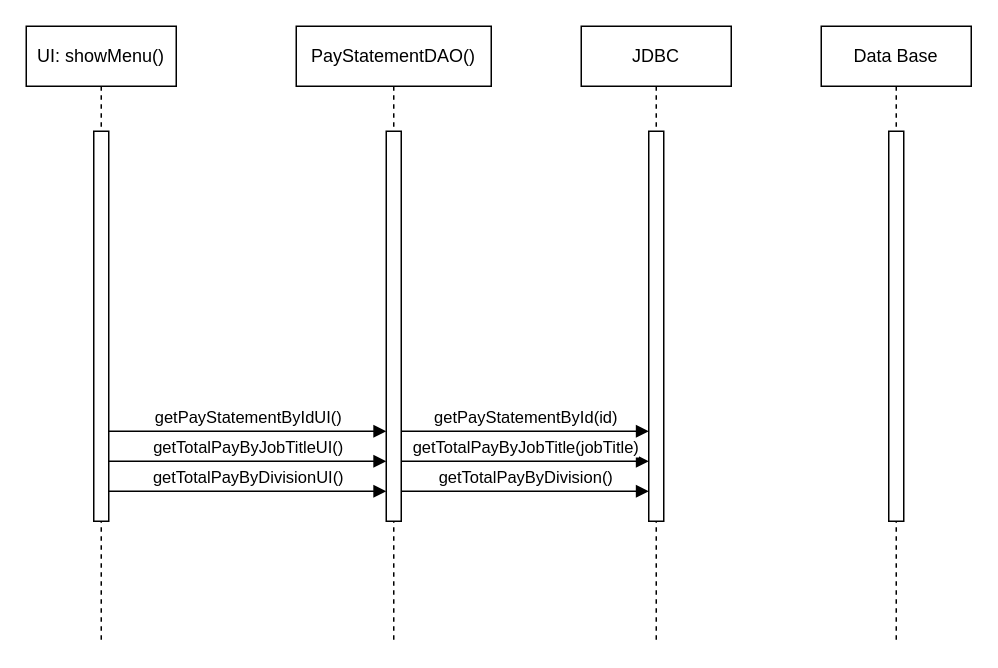
linnypham/CSC3350_project keeps this draw.io diagram as Diagram/SequenceDiagram2.drawio. Above is the earlier version. Source tidied: cells renumbered, new cells numbered last; positions are measured from the earlier drawing's top-left corner, leaving out a move shared by most shapes. Both pictures are drawn from the tidied source at 150%, with x=0, y=0 at pixel (26, 26).
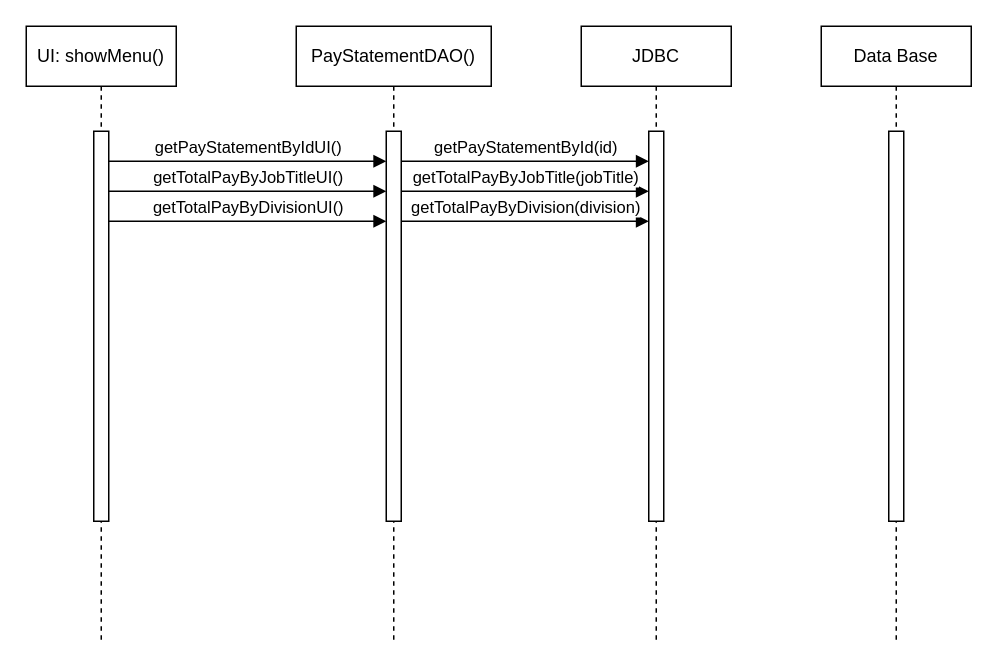
The same page after the edit.

The edit, as a diff of the source:
```diff
@@
     <mxCell id="8" value="getPayStatementByIdUI()" style="html=1;verticalAlign=bottom;endArrow=block;edgeStyle=elbowEdgeStyle;elbow=vertical;curved=0;rounded=0;" parent="1" edge="1">
       <mxGeometry relative="1" as="geometry">
-        <mxPoint x="55" y="270" as="sourcePoint" />
-        <mxPoint x="240" y="270" as="targetPoint" />
+        <mxPoint x="55" y="90" as="sourcePoint" />
+        <mxPoint x="240" y="90" as="targetPoint" />
         <Array as="points">
-          <mxPoint x="180" y="270" />
+          <mxPoint x="180" y="90" />
         </Array>
       </mxGeometry>
     </mxCell>
     <mxCell id="9" value="getTotalPayByJobTitleUI()" style="html=1;verticalAlign=bottom;endArrow=block;edgeStyle=elbowEdgeStyle;elbow=vertical;curved=0;rounded=0;" parent="1" edge="1">
       <mxGeometry relative="1" as="geometry">
-        <mxPoint x="55" y="290" as="sourcePoint" />
-        <mxPoint x="240" y="290" as="targetPoint" />
+        <mxPoint x="55" y="110" as="sourcePoint" />
+        <mxPoint x="240" y="110" as="targetPoint" />
         <Array as="points">
-          <mxPoint x="185" y="290" />
+          <mxPoint x="185" y="110" />
         </Array>
       </mxGeometry>
     </mxCell>
     <mxCell id="10" value="getTotalPayByDivisionUI()" style="html=1;verticalAlign=bottom;endArrow=block;edgeStyle=elbowEdgeStyle;elbow=vertical;curved=0;rounded=0;" parent="1" edge="1">
       <mxGeometry relative="1" as="geometry">
-        <mxPoint x="55" y="310" as="sourcePoint" />
-        <mxPoint x="240" y="310" as="targetPoint" />
+        <mxPoint x="55" y="130" as="sourcePoint" />
+        <mxPoint x="240" y="130" as="targetPoint" />
         <Array as="points">
-          <mxPoint x="180" y="310" />
+          <mxPoint x="180" y="130" />
         </Array>
       </mxGeometry>
     </mxCell>
     <mxCell id="11" value="getPayStatementById(id)" style="html=1;verticalAlign=bottom;endArrow=block;edgeStyle=elbowEdgeStyle;elbow=vertical;curved=0;rounded=0;" parent="1" edge="1">
       <mxGeometry relative="1" as="geometry">
-        <mxPoint x="250" y="270" as="sourcePoint" />
-        <mxPoint x="415" y="270" as="targetPoint" />
+        <mxPoint x="250" y="90" as="sourcePoint" />
+        <mxPoint x="415" y="90" as="targetPoint" />
         <Array as="points">
-          <mxPoint x="325" y="270" />
+          <mxPoint x="325" y="90" />
         </Array>
       </mxGeometry>
     </mxCell>
     <mxCell id="12" value="getTotalPayByJobTitle(jobTitle)" style="html=1;verticalAlign=bottom;endArrow=block;edgeStyle=elbowEdgeStyle;elbow=vertical;curved=0;rounded=0;" parent="1" edge="1">
       <mxGeometry relative="1" as="geometry">
-        <mxPoint x="250" y="290" as="sourcePoint" />
-        <mxPoint x="415" y="290" as="targetPoint" />
+        <mxPoint x="250" y="110" as="sourcePoint" />
+        <mxPoint x="415" y="110" as="targetPoint" />
         <Array as="points">
-          <mxPoint x="330" y="290" />
+          <mxPoint x="330" y="110" />
         </Array>
       </mxGeometry>
     </mxCell>
-    <mxCell id="13" value="getTotalPayByDivision()" style="html=1;verticalAlign=bottom;endArrow=block;edgeStyle=elbowEdgeStyle;elbow=vertical;curved=0;rounded=0;" parent="1" edge="1">
+    <mxCell id="13" value="getTotalPayByDivision(division)" style="html=1;verticalAlign=bottom;endArrow=block;edgeStyle=elbowEdgeStyle;elbow=vertical;curved=0;rounded=0;" parent="1" edge="1">
       <mxGeometry relative="1" as="geometry">
-        <mxPoint x="250" y="310" as="sourcePoint" />
-        <mxPoint x="415" y="310" as="targetPoint" />
+        <mxPoint x="250" y="130" as="sourcePoint" />
+        <mxPoint x="415" y="130" as="targetPoint" />
         <Array as="points">
-          <mxPoint x="325" y="310" />
+          <mxPoint x="325" y="130" />
         </Array>
       </mxGeometry>
     </mxCell>
```
